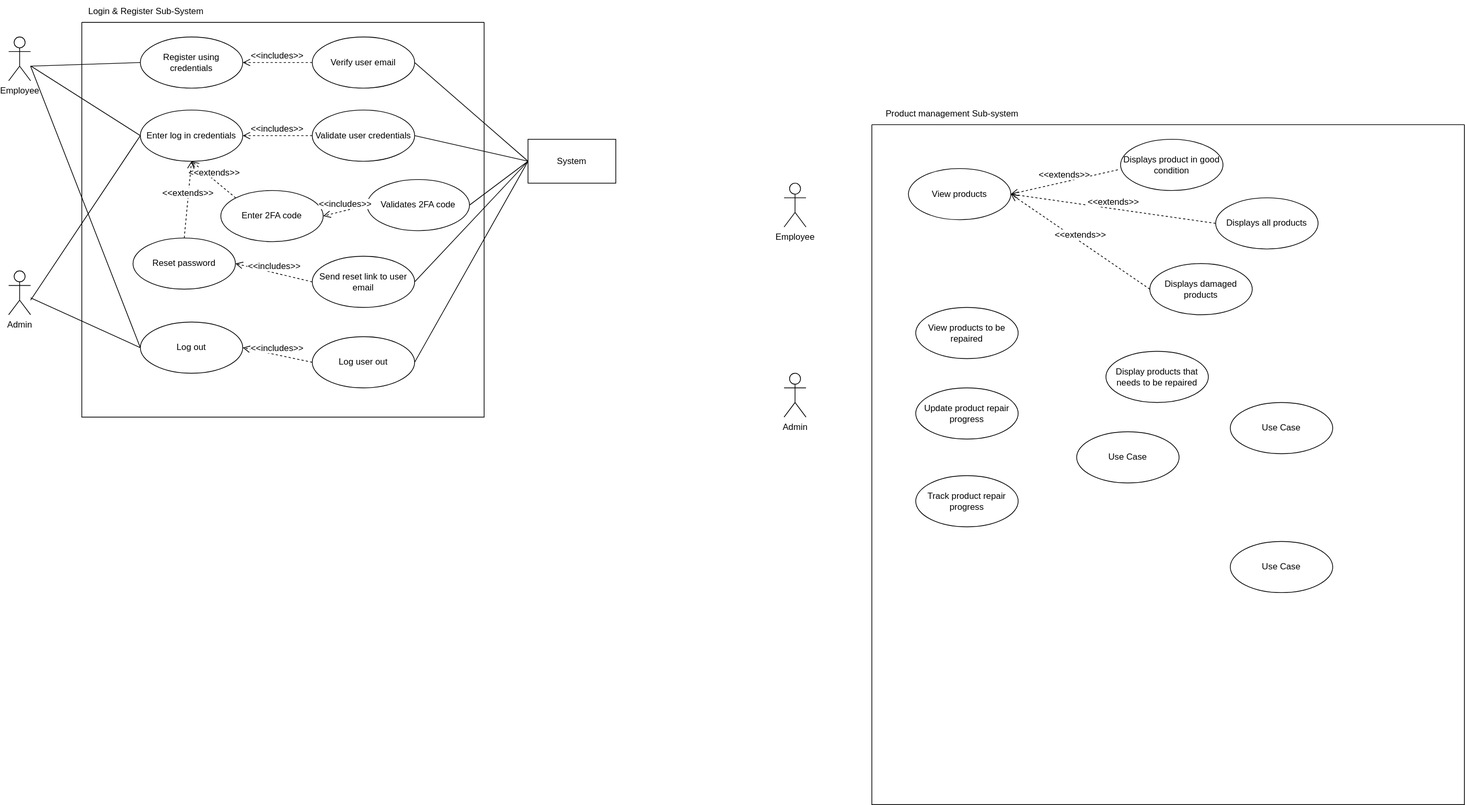
Before: Untitled Diagram.drawio.svg, a diagram exported from draw.io (Simamkele88/IFM3_GP). Source tidied: cells renumbered, new cells last; positions are measured from the earlier drawing's top-left corner, leaving out a move shared by most shapes.
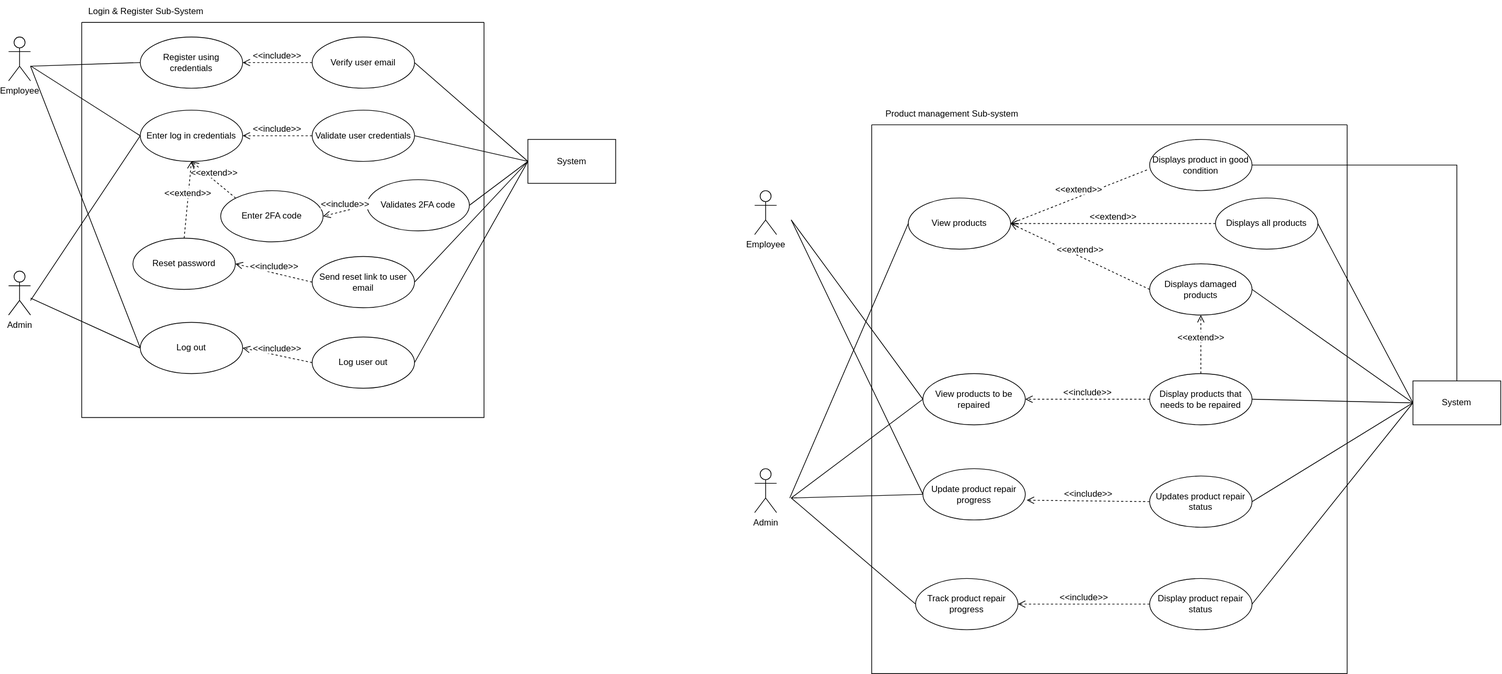
Later version of the same file.

What changed in the source:
```diff
@@ -40,9 +40,9 @@
     </mxCell>
-    <mxCell id="14" value="&amp;lt;&amp;lt;includes&amp;gt;&amp;gt;" style="html=1;verticalAlign=bottom;endArrow=open;dashed=1;endSize=8;curved=0;rounded=0;fontFamily=Helvetica;fontSize=12;fontColor=default;entryX=1;entryY=0.5;entryDx=0;entryDy=0;exitX=0;exitY=0.5;exitDx=0;exitDy=0;" parent="5" edge="1" source="7" target="8">
+    <mxCell id="14" value="&amp;lt;&amp;lt;include&amp;gt;&amp;gt;" style="html=1;verticalAlign=bottom;endArrow=open;dashed=1;endSize=8;curved=0;rounded=0;fontFamily=Helvetica;fontSize=12;fontColor=default;entryX=1;entryY=0.5;entryDx=0;entryDy=0;exitX=0;exitY=0.5;exitDx=0;exitDy=0;" parent="5" edge="1" source="7" target="8">
       <mxGeometry relative="1" as="geometry" />
     </mxCell>
-    <mxCell id="15" value="&amp;lt;&amp;lt;includes&amp;gt;&amp;gt;" style="html=1;verticalAlign=bottom;endArrow=open;dashed=1;endSize=8;curved=0;rounded=0;fontFamily=Helvetica;fontSize=12;fontColor=default;entryX=1;entryY=0.5;entryDx=0;entryDy=0;exitX=0;exitY=0.5;exitDx=0;exitDy=0;" parent="5" edge="1" source="10" target="6">
+    <mxCell id="15" value="&amp;lt;&amp;lt;include&amp;gt;&amp;gt;" style="html=1;verticalAlign=bottom;endArrow=open;dashed=1;endSize=8;curved=0;rounded=0;fontFamily=Helvetica;fontSize=12;fontColor=default;entryX=1;entryY=0.5;entryDx=0;entryDy=0;exitX=0;exitY=0.5;exitDx=0;exitDy=0;" parent="5" edge="1" source="10" target="6">
       <mxGeometry relative="1" as="geometry" />
     </mxCell>
-    <mxCell id="16" value="&amp;lt;&amp;lt;includes&amp;gt;&amp;gt;" style="html=1;verticalAlign=bottom;endArrow=open;dashed=1;endSize=8;curved=0;rounded=0;fontFamily=Helvetica;fontSize=12;fontColor=default;entryX=1;entryY=0.5;entryDx=0;entryDy=0;exitX=0;exitY=0.5;exitDx=0;exitDy=0;" parent="5" edge="1" source="13" target="11">
+    <mxCell id="16" value="&amp;lt;&amp;lt;include&amp;gt;&amp;gt;" style="html=1;verticalAlign=bottom;endArrow=open;dashed=1;endSize=8;curved=0;rounded=0;fontFamily=Helvetica;fontSize=12;fontColor=default;entryX=1;entryY=0.5;entryDx=0;entryDy=0;exitX=0;exitY=0.5;exitDx=0;exitDy=0;" parent="5" edge="1" source="13" target="11">
       <mxGeometry relative="1" as="geometry" />
@@ -52,9 +52,9 @@
     </mxCell>
-    <mxCell id="18" value="&amp;lt;&amp;lt;extends&amp;gt;&amp;gt;" style="html=1;verticalAlign=bottom;endArrow=open;dashed=1;endSize=8;curved=0;rounded=0;fontFamily=Helvetica;fontSize=12;fontColor=default;exitX=0;exitY=0;exitDx=0;exitDy=0;entryX=0.5;entryY=1;entryDx=0;entryDy=0;" parent="5" edge="1" source="17" target="6">
+    <mxCell id="18" value="&amp;lt;&amp;lt;extend&amp;gt;&amp;gt;" style="html=1;verticalAlign=bottom;endArrow=open;dashed=1;endSize=8;curved=0;rounded=0;fontFamily=Helvetica;fontSize=12;fontColor=default;exitX=0;exitY=0;exitDx=0;exitDy=0;entryX=0.5;entryY=1;entryDx=0;entryDy=0;" parent="5" edge="1" source="17" target="6">
       <mxGeometry relative="1" as="geometry" />
     </mxCell>
-    <mxCell id="19" value="&amp;lt;&amp;lt;includes&amp;gt;&amp;gt;" style="html=1;verticalAlign=bottom;endArrow=open;dashed=1;endSize=8;curved=0;rounded=0;fontFamily=Helvetica;fontSize=12;fontColor=default;entryX=1;entryY=0.5;entryDx=0;entryDy=0;exitX=0;exitY=0.5;exitDx=0;exitDy=0;" parent="5" edge="1" source="12" target="17">
+    <mxCell id="19" value="&amp;lt;&amp;lt;include&amp;gt;&amp;gt;" style="html=1;verticalAlign=bottom;endArrow=open;dashed=1;endSize=8;curved=0;rounded=0;fontFamily=Helvetica;fontSize=12;fontColor=default;entryX=1;entryY=0.5;entryDx=0;entryDy=0;exitX=0;exitY=0.5;exitDx=0;exitDy=0;" parent="5" edge="1" source="12" target="17">
       <mxGeometry relative="1" as="geometry" />
     </mxCell>
-    <mxCell id="20" value="&amp;lt;&amp;lt;extends&amp;gt;&amp;gt;" style="html=1;verticalAlign=bottom;endArrow=open;dashed=1;endSize=8;curved=0;rounded=0;fontFamily=Helvetica;fontSize=12;fontColor=default;exitX=0.5;exitY=0;exitDx=0;exitDy=0;entryX=0.5;entryY=1;entryDx=0;entryDy=0;" parent="5" edge="1" source="11" target="6">
+    <mxCell id="20" value="&amp;lt;&amp;lt;extend&amp;gt;&amp;gt;" style="html=1;verticalAlign=bottom;endArrow=open;dashed=1;endSize=8;curved=0;rounded=0;fontFamily=Helvetica;fontSize=12;fontColor=default;exitX=0.5;exitY=0;exitDx=0;exitDy=0;entryX=0.5;entryY=1;entryDx=0;entryDy=0;" parent="5" edge="1" source="11" target="6">
       <mxGeometry relative="1" as="geometry" />
@@ -64,3 +64,3 @@
     </mxCell>
-    <mxCell id="22" value="&amp;lt;&amp;lt;includes&amp;gt;&amp;gt;" style="html=1;verticalAlign=bottom;endArrow=open;dashed=1;endSize=8;curved=0;rounded=0;fontFamily=Helvetica;fontSize=12;fontColor=default;entryX=1;entryY=0.5;entryDx=0;entryDy=0;exitX=0;exitY=0.5;exitDx=0;exitDy=0;" parent="5" edge="1" source="21" target="9">
+    <mxCell id="22" value="&amp;lt;&amp;lt;include&amp;gt;&amp;gt;" style="html=1;verticalAlign=bottom;endArrow=open;dashed=1;endSize=8;curved=0;rounded=0;fontFamily=Helvetica;fontSize=12;fontColor=default;entryX=1;entryY=0.5;entryDx=0;entryDy=0;exitX=0;exitY=0.5;exitDx=0;exitDy=0;" parent="5" edge="1" source="21" target="9">
       <mxGeometry relative="1" as="geometry" />
@@ -107,3 +107,3 @@
     <mxCell id="34" style="swimlane;startSize=0;strokeColor=default;align=center;verticalAlign=middle;fontFamily=Helvetica;fontSize=12;fontColor=default;fillColor=default;" parent="1" vertex="1">
-      <mxGeometry x="1180" y="170" width="810" height="930" as="geometry" />
+      <mxGeometry x="1180" y="170" width="650" height="750" as="geometry" />
     </mxCell>
@@ -113,14 +113,14 @@
     <mxCell id="36" value="View products" style="ellipse;whiteSpace=wrap;html=1;strokeColor=default;align=center;verticalAlign=middle;fontFamily=Helvetica;fontSize=12;fontColor=default;fillColor=default;" parent="34" vertex="1">
-      <mxGeometry x="50" y="60" width="140" height="70" as="geometry" />
+      <mxGeometry x="50" y="100" width="140" height="70" as="geometry" />
     </mxCell>
     <mxCell id="37" value="Update product repair progress" style="ellipse;whiteSpace=wrap;html=1;strokeColor=default;align=center;verticalAlign=middle;fontFamily=Helvetica;fontSize=12;fontColor=default;fillColor=default;" parent="34" vertex="1">
-      <mxGeometry x="60" y="360" width="140" height="70" as="geometry" />
+      <mxGeometry x="70" y="470" width="140" height="70" as="geometry" />
     </mxCell>
     <mxCell id="38" value="View products to be repaired" style="ellipse;whiteSpace=wrap;html=1;strokeColor=default;align=center;verticalAlign=middle;fontFamily=Helvetica;fontSize=12;fontColor=default;fillColor=default;" parent="34" vertex="1">
-      <mxGeometry x="60" y="250" width="140" height="70" as="geometry" />
+      <mxGeometry x="70" y="340" width="140" height="70" as="geometry" />
     </mxCell>
     <mxCell id="39" value="Displays product in good condition" style="ellipse;whiteSpace=wrap;html=1;strokeColor=default;align=center;verticalAlign=middle;fontFamily=Helvetica;fontSize=12;fontColor=default;fillColor=default;" parent="34" vertex="1">
-      <mxGeometry x="340" y="20" width="140" height="70" as="geometry" />
+      <mxGeometry x="380" y="20" width="140" height="70" as="geometry" />
     </mxCell>
-    <mxCell id="40" value="&amp;lt;&amp;lt;extends&amp;gt;&amp;gt;" style="html=1;verticalAlign=bottom;endArrow=open;dashed=1;endSize=8;curved=0;rounded=0;fontFamily=Helvetica;fontSize=12;fontColor=default;entryX=1;entryY=0.5;entryDx=0;entryDy=0;exitX=-0.027;exitY=0.596;exitDx=0;exitDy=0;exitPerimeter=0;" parent="34" edge="1" source="39" target="36">
+    <mxCell id="40" value="&amp;lt;&amp;lt;extend&amp;gt;&amp;gt;" style="html=1;verticalAlign=bottom;endArrow=open;dashed=1;endSize=8;curved=0;rounded=0;fontFamily=Helvetica;fontSize=12;fontColor=default;entryX=1;entryY=0.5;entryDx=0;entryDy=0;exitX=-0.027;exitY=0.596;exitDx=0;exitDy=0;exitPerimeter=0;" parent="34" edge="1" source="39" target="36">
       <mxGeometry relative="1" as="geometry" />
@@ -130,3 +130,3 @@
     </mxCell>
-    <mxCell id="42" value="&amp;lt;&amp;lt;extends&amp;gt;&amp;gt;" style="html=1;verticalAlign=bottom;endArrow=open;dashed=1;endSize=8;curved=0;rounded=0;fontFamily=Helvetica;fontSize=12;fontColor=default;entryX=1;entryY=0.5;entryDx=0;entryDy=0;exitX=0;exitY=0.5;exitDx=0;exitDy=0;" parent="34" edge="1" source="35" target="36">
+    <mxCell id="42" value="&amp;lt;&amp;lt;extend&amp;gt;&amp;gt;" style="html=1;verticalAlign=bottom;endArrow=open;dashed=1;endSize=8;curved=0;rounded=0;fontFamily=Helvetica;fontSize=12;fontColor=default;entryX=1;entryY=0.5;entryDx=0;entryDy=0;exitX=0;exitY=0.5;exitDx=0;exitDy=0;" parent="34" edge="1" source="35" target="36">
       <mxGeometry relative="1" as="geometry" />
@@ -139,3 +139,3 @@
     </mxCell>
-    <mxCell id="45" value="&amp;lt;&amp;lt;extends&amp;gt;&amp;gt;" style="html=1;verticalAlign=bottom;endArrow=open;dashed=1;endSize=8;curved=0;rounded=0;fontFamily=Helvetica;fontSize=12;fontColor=default;entryX=1;entryY=0.5;entryDx=0;entryDy=0;exitX=0;exitY=0.5;exitDx=0;exitDy=0;" parent="34" edge="1" source="44" target="36">
+    <mxCell id="45" value="&amp;lt;&amp;lt;extend&amp;gt;&amp;gt;" style="html=1;verticalAlign=bottom;endArrow=open;dashed=1;endSize=8;curved=0;rounded=0;fontFamily=Helvetica;fontSize=12;fontColor=default;entryX=1;entryY=0.5;entryDx=0;entryDy=0;exitX=0;exitY=0.5;exitDx=0;exitDy=0;" parent="34" edge="1" source="44" target="36">
       <mxGeometry relative="1" as="geometry" />
@@ -146,16 +146,39 @@
     <mxCell id="47" value="Track product repair progress" style="ellipse;whiteSpace=wrap;html=1;strokeColor=default;align=center;verticalAlign=middle;fontFamily=Helvetica;fontSize=12;fontColor=default;fillColor=default;" parent="34" vertex="1">
-      <mxGeometry x="60" y="480" width="140" height="70" as="geometry" />
+      <mxGeometry x="60" y="620" width="140" height="70" as="geometry" />
     </mxCell>
     <mxCell id="48" value="Display products that needs to be repaired" style="ellipse;whiteSpace=wrap;html=1;strokeColor=default;align=center;verticalAlign=middle;fontFamily=Helvetica;fontSize=12;fontColor=default;fillColor=default;" parent="34" vertex="1">
-      <mxGeometry x="320" y="310" width="140" height="70" as="geometry" />
+      <mxGeometry x="380" y="340" width="140" height="70" as="geometry" />
     </mxCell>
-    <mxCell id="49" value="Use Case" style="ellipse;whiteSpace=wrap;html=1;strokeColor=default;align=center;verticalAlign=middle;fontFamily=Helvetica;fontSize=12;fontColor=default;fillColor=default;" parent="34" vertex="1">
-      <mxGeometry x="280" y="420" width="140" height="70" as="geometry" />
+    <mxCell id="49" value="Updates product repair status" style="ellipse;whiteSpace=wrap;html=1;strokeColor=default;align=center;verticalAlign=middle;fontFamily=Helvetica;fontSize=12;fontColor=default;fillColor=default;" parent="34" vertex="1">
+      <mxGeometry x="380" y="480" width="140" height="70" as="geometry" />
     </mxCell>
-    <mxCell id="50" value="Use Case" style="ellipse;whiteSpace=wrap;html=1;strokeColor=default;align=center;verticalAlign=middle;fontFamily=Helvetica;fontSize=12;fontColor=default;fillColor=default;" parent="34" vertex="1">
-      <mxGeometry x="490" y="380" width="140" height="70" as="geometry" />
+    <mxCell id="50" value="Display product repair status" style="ellipse;whiteSpace=wrap;html=1;strokeColor=default;align=center;verticalAlign=middle;fontFamily=Helvetica;fontSize=12;fontColor=default;fillColor=default;" parent="34" vertex="1">
+      <mxGeometry x="380" y="620" width="140" height="70" as="geometry" />
     </mxCell>
-    <mxCell id="51" value="Use Case" style="ellipse;whiteSpace=wrap;html=1;strokeColor=default;align=center;verticalAlign=middle;fontFamily=Helvetica;fontSize=12;fontColor=default;fillColor=default;" parent="34" vertex="1">
-      <mxGeometry x="490" y="570" width="140" height="70" as="geometry" />
-    </mxCell>
+    <mxCell id="55" value="&amp;lt;&amp;lt;include&amp;gt;&amp;gt;" style="html=1;verticalAlign=bottom;endArrow=open;dashed=1;endSize=8;curved=0;rounded=0;fontFamily=Helvetica;fontSize=12;fontColor=default;entryX=1;entryY=0.5;entryDx=0;entryDy=0;exitX=0;exitY=0.5;exitDx=0;exitDy=0;" parent="34" edge="1" source="48" target="38">
+      <mxGeometry relative="1" as="geometry" />
+    </mxCell>
+    <mxCell id="56" style="edgeLabel;html=1;align=center;verticalAlign=middle;strokeColor=default;fontFamily=Helvetica;fontSize=12;fontColor=default;fillColor=default;" parent="55" vertex="1">
+      <mxGeometry x="-0.22" y="3" relative="1" as="geometry" />
+    </mxCell>
+    <mxCell id="57" value="&amp;lt;&amp;lt;include&amp;gt;&amp;gt;" style="html=1;verticalAlign=bottom;endArrow=open;dashed=1;endSize=8;curved=0;rounded=0;fontFamily=Helvetica;fontSize=12;fontColor=default;exitX=0;exitY=0.5;exitDx=0;exitDy=0;" parent="34" edge="1" source="49">
+      <mxGeometry relative="1" as="geometry">
+        <mxPoint x="212" y="513" as="targetPoint" />
+      </mxGeometry>
+    </mxCell>
+    <mxCell id="58" style="edgeLabel;html=1;align=center;verticalAlign=middle;strokeColor=default;fontFamily=Helvetica;fontSize=12;fontColor=default;fillColor=default;" parent="57" vertex="1">
+      <mxGeometry x="-0.22" y="3" relative="1" as="geometry" />
+    </mxCell>
+    <mxCell id="59" value="&amp;lt;&amp;lt;include&amp;gt;&amp;gt;" style="html=1;verticalAlign=bottom;endArrow=open;dashed=1;endSize=8;curved=0;rounded=0;fontFamily=Helvetica;fontSize=12;fontColor=default;entryX=1;entryY=0.5;entryDx=0;entryDy=0;exitX=0;exitY=0.5;exitDx=0;exitDy=0;" parent="34" edge="1" source="50" target="47">
+      <mxGeometry relative="1" as="geometry" />
+    </mxCell>
+    <mxCell id="60" style="edgeLabel;html=1;align=center;verticalAlign=middle;strokeColor=default;fontFamily=Helvetica;fontSize=12;fontColor=default;fillColor=default;" parent="59" vertex="1">
+      <mxGeometry x="-0.22" y="3" relative="1" as="geometry" />
+    </mxCell>
+    <mxCell id="61" value="&amp;lt;&amp;lt;extend&amp;gt;&amp;gt;" style="html=1;verticalAlign=bottom;endArrow=open;dashed=1;endSize=8;curved=0;rounded=0;fontFamily=Helvetica;fontSize=12;fontColor=default;entryX=0.5;entryY=1;entryDx=0;entryDy=0;exitX=0.5;exitY=0;exitDx=0;exitDy=0;" parent="34" edge="1" source="48" target="35">
+      <mxGeometry relative="1" as="geometry" />
+    </mxCell>
+    <mxCell id="62" style="edgeLabel;html=1;align=center;verticalAlign=middle;strokeColor=default;fontFamily=Helvetica;fontSize=12;fontColor=default;fillColor=default;" parent="61" vertex="1">
+      <mxGeometry x="-0.22" y="3" relative="1" as="geometry" />
+    </mxCell>
     <mxCell id="52" value="Product management Sub-system" style="text;html=1;align=center;verticalAlign=middle;whiteSpace=wrap;rounded=0;fontFamily=Helvetica;fontSize=12;fontColor=default;" parent="1" vertex="1">
@@ -164,7 +187,64 @@
     <mxCell id="53" value="Employee" style="shape=umlActor;verticalLabelPosition=bottom;verticalAlign=top;html=1;strokeColor=default;align=center;fontFamily=Helvetica;fontSize=12;fontColor=default;fillColor=default;" parent="1" vertex="1">
-      <mxGeometry x="1060" y="250" width="30" height="60" as="geometry" />
+      <mxGeometry x="1020" y="260" width="30" height="60" as="geometry" />
     </mxCell>
     <mxCell id="54" value="Admin" style="shape=umlActor;verticalLabelPosition=bottom;verticalAlign=top;html=1;strokeColor=default;align=center;fontFamily=Helvetica;fontSize=12;fontColor=default;fillColor=default;" parent="1" vertex="1">
-      <mxGeometry x="1060" y="510" width="30" height="60" as="geometry" />
+      <mxGeometry x="1020" y="640" width="30" height="60" as="geometry" />
     </mxCell>
+    <mxCell id="63" value="System" style="rounded=0;whiteSpace=wrap;html=1;strokeColor=default;align=center;verticalAlign=middle;fontFamily=Helvetica;fontSize=12;fontColor=default;fillColor=default;" parent="1" vertex="1">
+      <mxGeometry x="1920" y="520" width="120" height="60" as="geometry" />
+    </mxCell>
+    <mxCell id="64" style="endArrow=none;html=1;rounded=0;fontFamily=Helvetica;fontSize=12;fontColor=default;entryX=0;entryY=0.5;entryDx=0;entryDy=0;" parent="1" edge="1" target="38">
+      <mxGeometry relative="1" as="geometry">
+        <mxPoint x="1070" y="300" as="sourcePoint" />
+      </mxGeometry>
+    </mxCell>
+    <mxCell id="65" style="endArrow=none;html=1;rounded=0;fontFamily=Helvetica;fontSize=12;fontColor=default;entryX=0;entryY=0.5;entryDx=0;entryDy=0;" parent="1" edge="1" target="37">
+      <mxGeometry relative="1" as="geometry">
+        <mxPoint x="1070" y="300" as="sourcePoint" />
+      </mxGeometry>
+    </mxCell>
+    <mxCell id="66" style="endArrow=none;html=1;rounded=0;fontFamily=Helvetica;fontSize=12;fontColor=default;entryX=0;entryY=0.5;entryDx=0;entryDy=0;" parent="1" edge="1" target="36">
+      <mxGeometry relative="1" as="geometry">
+        <mxPoint x="1068" y="680" as="sourcePoint" />
+      </mxGeometry>
+    </mxCell>
+    <mxCell id="67" style="endArrow=none;html=1;rounded=0;fontFamily=Helvetica;fontSize=12;fontColor=default;entryX=0;entryY=0.5;entryDx=0;entryDy=0;" parent="1" edge="1" target="38">
+      <mxGeometry relative="1" as="geometry">
+        <mxPoint x="1070" y="680" as="sourcePoint" />
+      </mxGeometry>
+    </mxCell>
+    <mxCell id="68" style="endArrow=none;html=1;rounded=0;fontFamily=Helvetica;fontSize=12;fontColor=default;entryX=0;entryY=0.5;entryDx=0;entryDy=0;" parent="1" edge="1" target="37">
+      <mxGeometry relative="1" as="geometry">
+        <mxPoint x="1070" y="680" as="sourcePoint" />
+      </mxGeometry>
+    </mxCell>
+    <mxCell id="69" style="endArrow=none;html=1;rounded=0;fontFamily=Helvetica;fontSize=12;fontColor=default;entryX=0;entryY=0.5;entryDx=0;entryDy=0;" parent="1" edge="1" target="47">
+      <mxGeometry relative="1" as="geometry">
+        <mxPoint x="1070" y="680" as="sourcePoint" />
+      </mxGeometry>
+    </mxCell>
+    <mxCell id="70" style="endArrow=none;html=1;rounded=0;fontFamily=Helvetica;fontSize=12;fontColor=default;entryX=0;entryY=0.5;entryDx=0;entryDy=0;exitX=1;exitY=0.5;exitDx=0;exitDy=0;" parent="1" edge="1" source="48" target="63">
+      <mxGeometry relative="1" as="geometry" />
+    </mxCell>
+    <mxCell id="71" style="endArrow=none;html=1;rounded=0;fontFamily=Helvetica;fontSize=12;fontColor=default;exitX=1;exitY=0.5;exitDx=0;exitDy=0;" parent="1" edge="1" source="49">
+      <mxGeometry relative="1" as="geometry">
+        <mxPoint x="1920" y="550" as="targetPoint" />
+      </mxGeometry>
+    </mxCell>
+    <mxCell id="72" style="endArrow=none;html=1;rounded=0;fontFamily=Helvetica;fontSize=12;fontColor=default;exitX=1;exitY=0.5;exitDx=0;exitDy=0;entryX=0;entryY=0.5;entryDx=0;entryDy=0;" parent="1" edge="1" source="50" target="63">
+      <mxGeometry relative="1" as="geometry" />
+    </mxCell>
+    <mxCell id="73" style="endArrow=none;html=1;rounded=0;fontFamily=Helvetica;fontSize=12;fontColor=default;entryX=0;entryY=0.5;entryDx=0;entryDy=0;exitX=1;exitY=0.5;exitDx=0;exitDy=0;" parent="1" edge="1" source="35" target="63">
+      <mxGeometry relative="1" as="geometry" />
+    </mxCell>
+    <mxCell id="74" style="endArrow=none;html=1;rounded=0;fontFamily=Helvetica;fontSize=12;fontColor=default;entryX=0;entryY=0.5;entryDx=0;entryDy=0;exitX=1;exitY=0.5;exitDx=0;exitDy=0;" parent="1" edge="1" source="44" target="63">
+      <mxGeometry relative="1" as="geometry" />
+    </mxCell>
+    <mxCell id="75" style="endArrow=none;html=1;rounded=0;fontFamily=Helvetica;fontSize=12;fontColor=default;entryX=0.5;entryY=0;entryDx=0;entryDy=0;exitX=1;exitY=0.5;exitDx=0;exitDy=0;" parent="1" edge="1" source="39" target="63">
+      <mxGeometry relative="1" as="geometry">
+        <Array as="points">
+          <mxPoint x="1980" y="225" />
+        </Array>
+      </mxGeometry>
+    </mxCell>
   </root>
```
